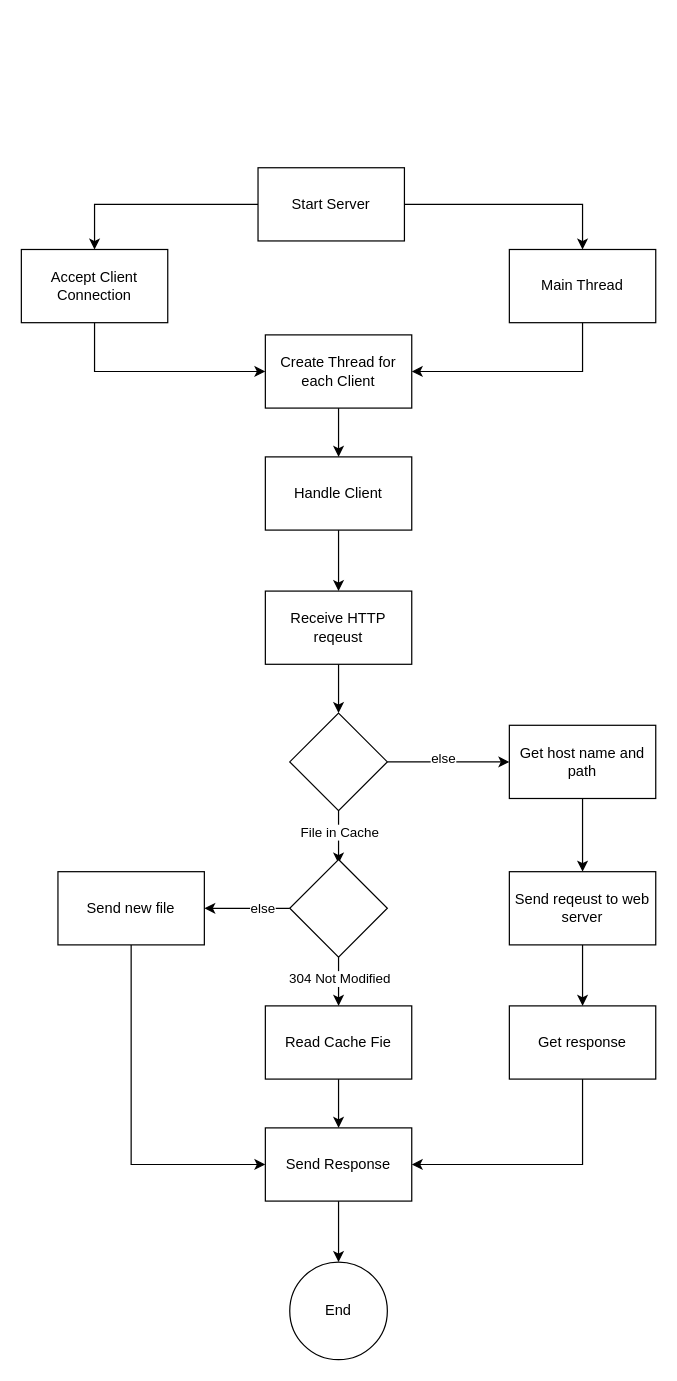
oystertran/ELEC3500-Assignment keeps this draw.io diagram as Project Report/multi_thread_server.drawio. Above is the earlier version. Source tidied: cells renumbered, new cells numbered last; positions are measured from the earlier drawing's top-left corner, leaving out a move shared by most shapes. Both pictures are drawn from the tidied source at 122%, with x=0, y=0 at pixel (21, 167).
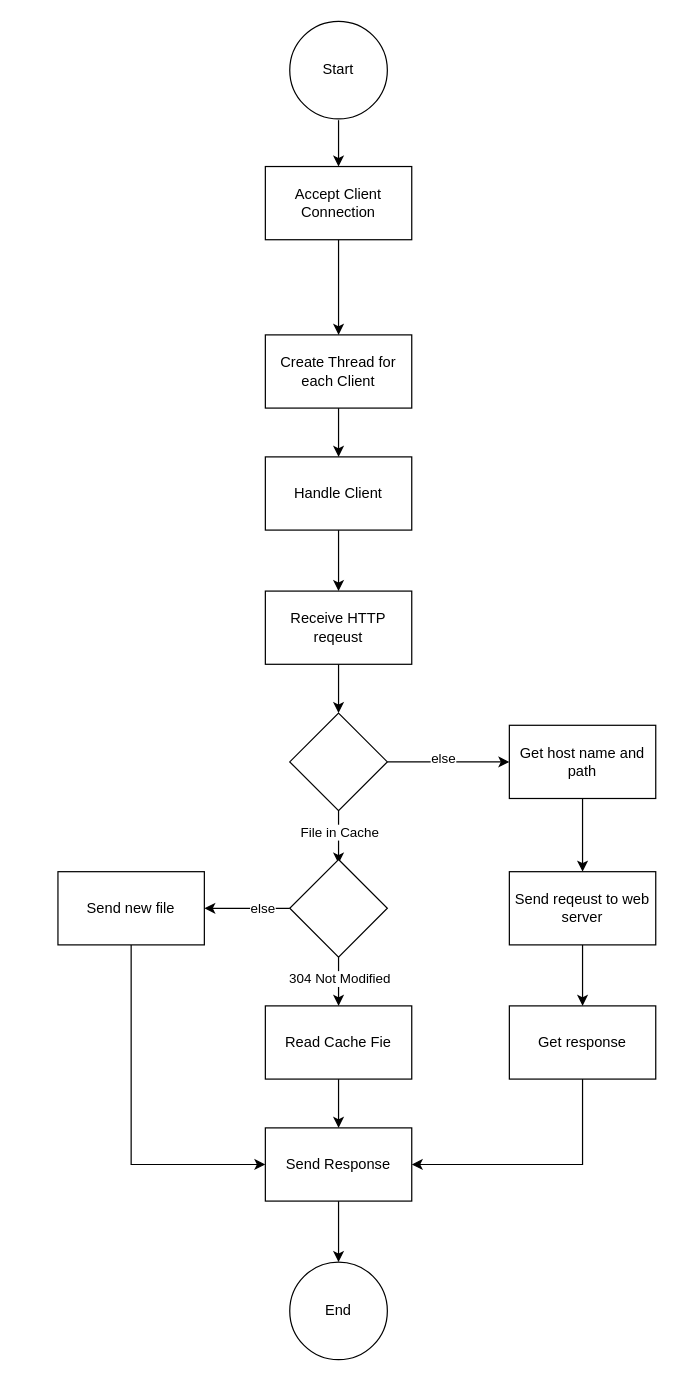
After the change.

The change refers to these unchanged cells:
```xml
<mxCell id="6" value="Create Thread for each Client" style="rounded=0;whiteSpace=wrap;html=1;" parent="1" vertex="1">
  <mxGeometry x="200" y="137" width="120" height="60" as="geometry" />
</mxCell>
```

Change to the diagram source:
```diff
@@
-    <mxCell id="2" style="edgeStyle=orthogonalEdgeStyle;rounded=0;jettySize=auto;html=1;entryX=0.5;entryY=0;entryDx=0;entryDy=0;" parent="1" edge="1" source="4" target="10">
-      <mxGeometry relative="1" as="geometry" />
+    <mxCell id="2" style="edgeStyle=orthogonalEdgeStyle;rounded=0;jettySize=auto;html=1;entryX=0.5;entryY=0;entryDx=0;entryDy=0;" parent="1" edge="1" target="10">
+      <mxGeometry relative="1" as="geometry">
+        <mxPoint x="260" y="-39" as="sourcePoint" />
+      </mxGeometry>
     </mxCell>
-    <mxCell id="3" style="edgeStyle=orthogonalEdgeStyle;rounded=0;jettySize=auto;html=1;entryX=0.5;entryY=0;entryDx=0;entryDy=0;" parent="1" edge="1" source="4" target="8">
-      <mxGeometry relative="1" as="geometry" />
-    </mxCell>
-    <mxCell id="4" value="Start Server" style="rounded=0;whiteSpace=wrap;html=1;" parent="1" vertex="1">
-      <mxGeometry x="194" width="120" height="60" as="geometry" />
-    </mxCell>
@@
-    <mxCell id="7" style="edgeStyle=orthogonalEdgeStyle;rounded=0;jettySize=auto;html=1;entryX=1;entryY=0.5;entryDx=0;entryDy=0;exitX=0.5;exitY=1;exitDx=0;exitDy=0;" parent="1" edge="1" source="8" target="6">
-      <mxGeometry relative="1" as="geometry" />
-    </mxCell>
-    <mxCell id="8" value="Main Thread" style="rounded=0;whiteSpace=wrap;html=1;" parent="1" vertex="1">
-      <mxGeometry x="400" y="67" width="120" height="60" as="geometry" />
-    </mxCell>
-    <mxCell id="9" style="edgeStyle=orthogonalEdgeStyle;rounded=0;jettySize=auto;html=1;entryX=0;entryY=0.5;entryDx=0;entryDy=0;exitX=0.5;exitY=1;exitDx=0;exitDy=0;" parent="1" edge="1" source="10" target="6">
+    <mxCell id="9" style="edgeStyle=orthogonalEdgeStyle;rounded=0;jettySize=auto;html=1;exitX=0.5;exitY=1;exitDx=0;exitDy=0;" parent="1" edge="1" source="10" target="6">
       <mxGeometry relative="1" as="geometry" />
     </mxCell>
     <mxCell id="10" value="Accept Client Connection" style="rounded=0;whiteSpace=wrap;html=1;" parent="1" vertex="1">
-      <mxGeometry y="67" width="120" height="60" as="geometry" />
+      <mxGeometry x="200" y="-1" width="120" height="60" as="geometry" />
     </mxCell>
@@
+    <mxCell id="38" value="Start" style="ellipse;whiteSpace=wrap;html=1;" parent="1" vertex="1">
+      <mxGeometry x="220" y="-120" width="80" height="80" as="geometry" />
+    </mxCell>
```
